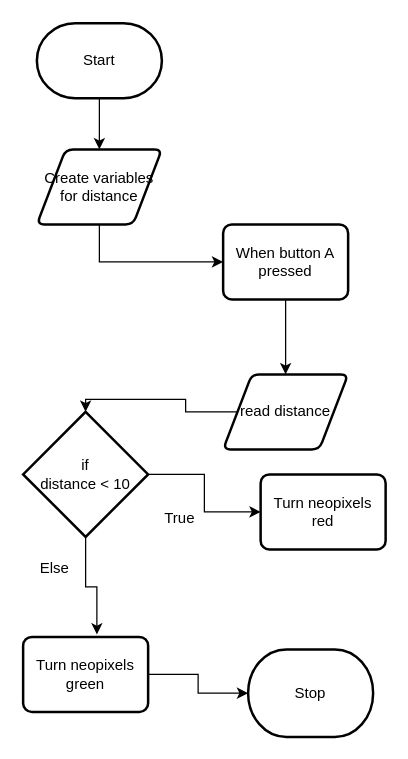
The draw.io diagram design/flowchart.drawio in MTHS-TEJ2O-1-2024/TEJ2O-Unit-2-12B-joos-mwaiteleke, before the edit. Source tidied: cells renumbered, new cells numbered last; positions are measured from the earlier drawing's top-left corner, leaving out a move shared by most shapes. Both pictures are drawn from the tidied source at 125%, with x=0, y=0 at pixel (22, 22).
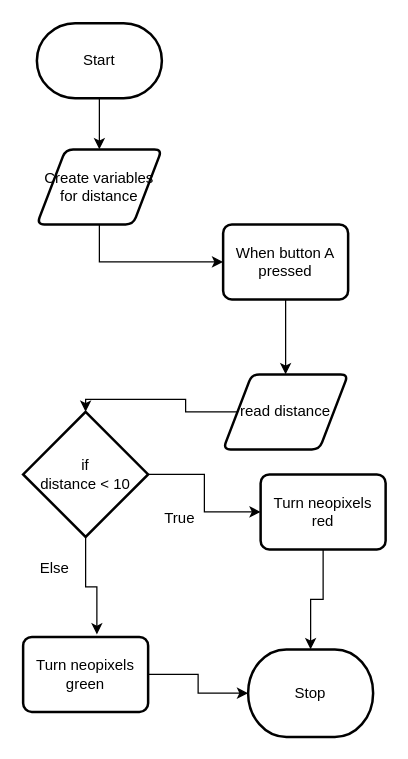
After the change.

The edit, as a diff of the source:
```diff
@@
 <mxGraphModel>
   <root>
     <mxCell id="0" />
     <mxCell id="1" parent="0" />
     <mxCell id="2" style="edgeStyle=orthogonalEdgeStyle;html=1;exitX=0.5;exitY=1;exitDx=0;exitDy=0;exitPerimeter=0;entryX=0.5;entryY=0;entryDx=0;entryDy=0;elbow=vertical;rounded=0;" parent="1" edge="1" source="3" target="6">
       <mxGeometry relative="1" as="geometry" />
     </mxCell>
     <mxCell id="3" value="Start" style="strokeWidth=2;html=1;shape=mxgraph.flowchart.terminator;whiteSpace=wrap;" parent="1" vertex="1">
       <mxGeometry x="11" width="100" height="60" as="geometry" />
     </mxCell>
     <mxCell id="4" value="Stop" style="strokeWidth=2;html=1;shape=mxgraph.flowchart.terminator;whiteSpace=wrap;" parent="1" vertex="1">
       <mxGeometry x="180" y="501" width="100" height="70" as="geometry" />
     </mxCell>
     <mxCell id="5" style="edgeStyle=orthogonalEdgeStyle;rounded=0;html=1;exitX=0.5;exitY=1;exitDx=0;exitDy=0;elbow=vertical;" parent="1" edge="1" source="6" target="8">
       <mxGeometry relative="1" as="geometry" />
     </mxCell>
     <mxCell id="6" value="Create variables for distance" style="shape=parallelogram;html=1;strokeWidth=2;perimeter=parallelogramPerimeter;whiteSpace=wrap;rounded=1;arcSize=12;size=0.23;" parent="1" vertex="1">
       <mxGeometry x="11" y="101" width="100" height="60" as="geometry" />
     </mxCell>
     <mxCell id="7" style="edgeStyle=orthogonalEdgeStyle;rounded=0;html=1;exitX=0.5;exitY=1;exitDx=0;exitDy=0;elbow=vertical;" parent="1" edge="1" source="8" target="10">
       <mxGeometry relative="1" as="geometry" />
     </mxCell>
     <mxCell id="8" value="When button A pressed" style="rounded=1;whiteSpace=wrap;html=1;absoluteArcSize=1;arcSize=14;strokeWidth=2;" parent="1" vertex="1">
       <mxGeometry x="160" y="161" width="100" height="60" as="geometry" />
     </mxCell>
     <mxCell id="9" style="edgeStyle=orthogonalEdgeStyle;rounded=0;html=1;entryX=0.5;entryY=0;entryDx=0;entryDy=0;entryPerimeter=0;elbow=vertical;" parent="1" edge="1" source="10" target="13">
       <mxGeometry relative="1" as="geometry" />
     </mxCell>
     <mxCell id="10" value="read distance" style="shape=parallelogram;html=1;strokeWidth=2;perimeter=parallelogramPerimeter;whiteSpace=wrap;rounded=1;arcSize=12;size=0.23;" parent="1" vertex="1">
       <mxGeometry x="160" y="281" width="100" height="60" as="geometry" />
     </mxCell>
     <mxCell id="11" style="edgeStyle=orthogonalEdgeStyle;rounded=0;html=1;exitX=1;exitY=0.5;exitDx=0;exitDy=0;exitPerimeter=0;elbow=vertical;" parent="1" edge="1" source="13" target="14">
       <mxGeometry relative="1" as="geometry" />
     </mxCell>
     <mxCell id="12" style="edgeStyle=orthogonalEdgeStyle;rounded=0;html=1;exitX=0.5;exitY=1;exitDx=0;exitDy=0;exitPerimeter=0;entryX=0.59;entryY=-0.033;entryDx=0;entryDy=0;entryPerimeter=0;elbow=vertical;" parent="1" edge="1" source="13" target="17">
       <mxGeometry relative="1" as="geometry" />
     </mxCell>
     <mxCell id="13" value="if&lt;br&gt;distance &amp;lt; 10" style="strokeWidth=2;html=1;shape=mxgraph.flowchart.decision;whiteSpace=wrap;" parent="1" vertex="1">
       <mxGeometry y="311" width="100" height="100" as="geometry" />
     </mxCell>
+    <mxCell id="19" style="edgeStyle=orthogonalEdgeStyle;shape=connector;rounded=0;html=1;exitX=0.5;exitY=1;exitDx=0;exitDy=0;entryX=0.5;entryY=0;entryDx=0;entryDy=0;entryPerimeter=0;labelBackgroundColor=default;strokeColor=default;fontFamily=Helvetica;fontSize=11;fontColor=default;endArrow=classic;elbow=vertical;" parent="1" edge="1" source="14" target="4">
+      <mxGeometry relative="1" as="geometry" />
+    </mxCell>
     <mxCell id="14" value="Turn neopixels red" style="rounded=1;whiteSpace=wrap;html=1;absoluteArcSize=1;arcSize=14;strokeWidth=2;" parent="1" vertex="1">
       <mxGeometry x="190" y="361" width="100" height="60" as="geometry" />
     </mxCell>
     <mxCell id="15" value="True" style="text;html=1;align=center;verticalAlign=middle;strokeColor=none;fillColor=none;" parent="1" vertex="1">
       <mxGeometry x="100" y="381" width="50" height="30" as="geometry" />
     </mxCell>
     <mxCell id="16" style="edgeStyle=orthogonalEdgeStyle;rounded=0;html=1;exitX=1;exitY=0.5;exitDx=0;exitDy=0;elbow=vertical;" parent="1" edge="1" source="17" target="4">
       <mxGeometry relative="1" as="geometry" />
     </mxCell>
     <mxCell id="17" value="Turn neopixels green" style="rounded=1;whiteSpace=wrap;html=1;absoluteArcSize=1;arcSize=14;strokeWidth=2;" parent="1" vertex="1">
       <mxGeometry y="491" width="100" height="60" as="geometry" />
     </mxCell>
     <mxCell id="18" value="Else" style="text;html=1;align=center;verticalAlign=middle;strokeColor=none;fillColor=none;" parent="1" vertex="1">
       <mxGeometry y="421" width="50" height="30" as="geometry" />
     </mxCell>
   </root>
 </mxGraphModel>
```
